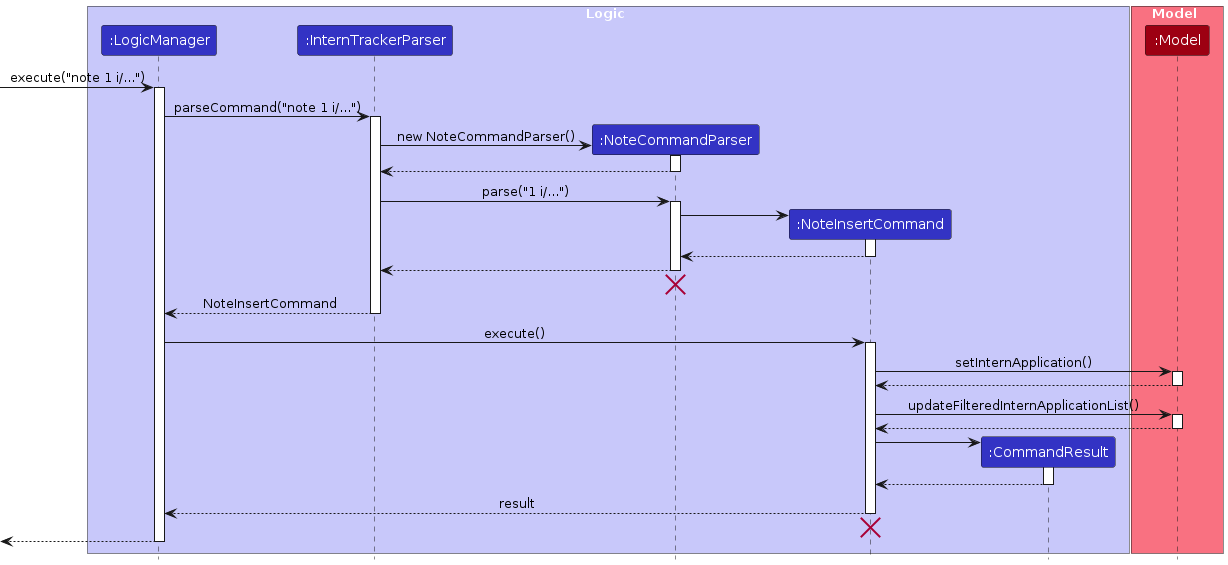
This is diagrams/NoteInsertCommandSequenceDiagram.png from AY2324S1-CS2103T-W17-2/tp, a PlantUML export, as it was before one commit. Its source is kept beside it as diagrams/NoteInsertCommandSequenceDiagram.puml.
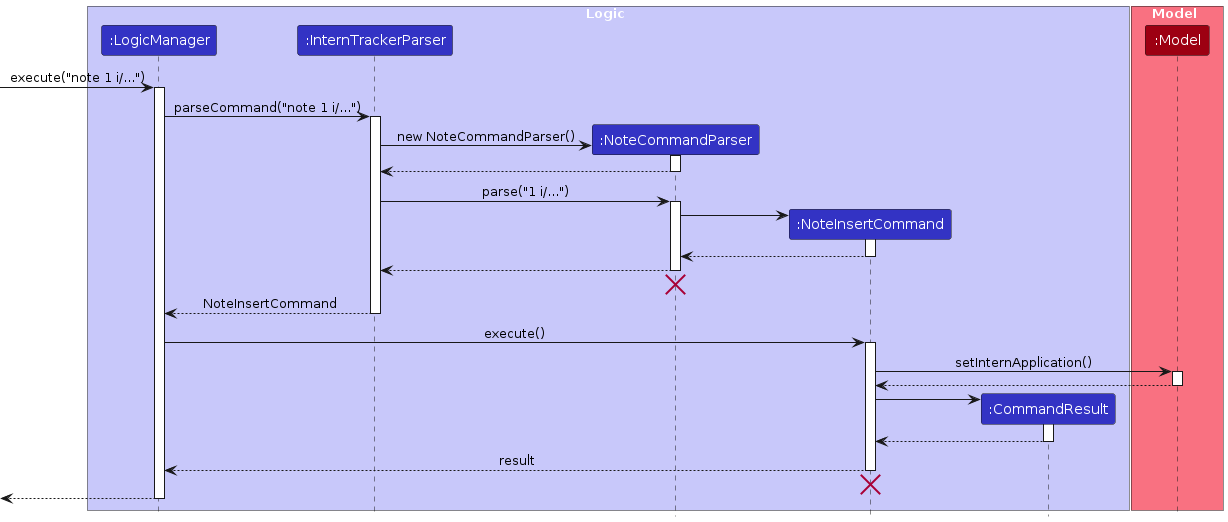
Later version of the same file.

The edit, as a diff of the source:
```diff
@@ -51,11 +51,7 @@
 NoteInsertCommand -> Model : setInternApplication()
 activate Model
 
-Model --> NoteInsertCommand
-deactivate Model
 
-NoteInsertCommand -> Model : updateFilteredInternApplicationList()
-activate Model
 
 Model --> NoteInsertCommand
 deactivate Model
```
